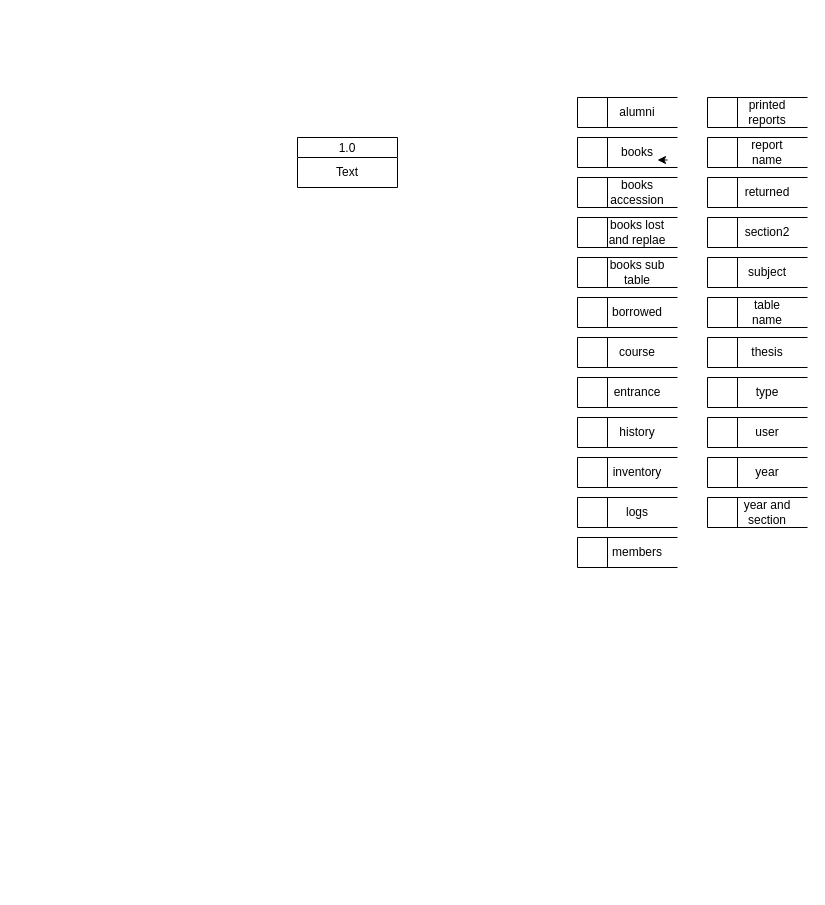
Above: dfdnew.drawio in Jayrou12345/Flowchart (draw.io), before the change. Source tidied: cells renumbered, new cells numbered last; positions are measured from the earlier drawing's top-left corner, leaving out a move shared by most shapes. Both pictures are drawn from the tidied source at 100%, with x=0, y=0 at pixel (297, 97).
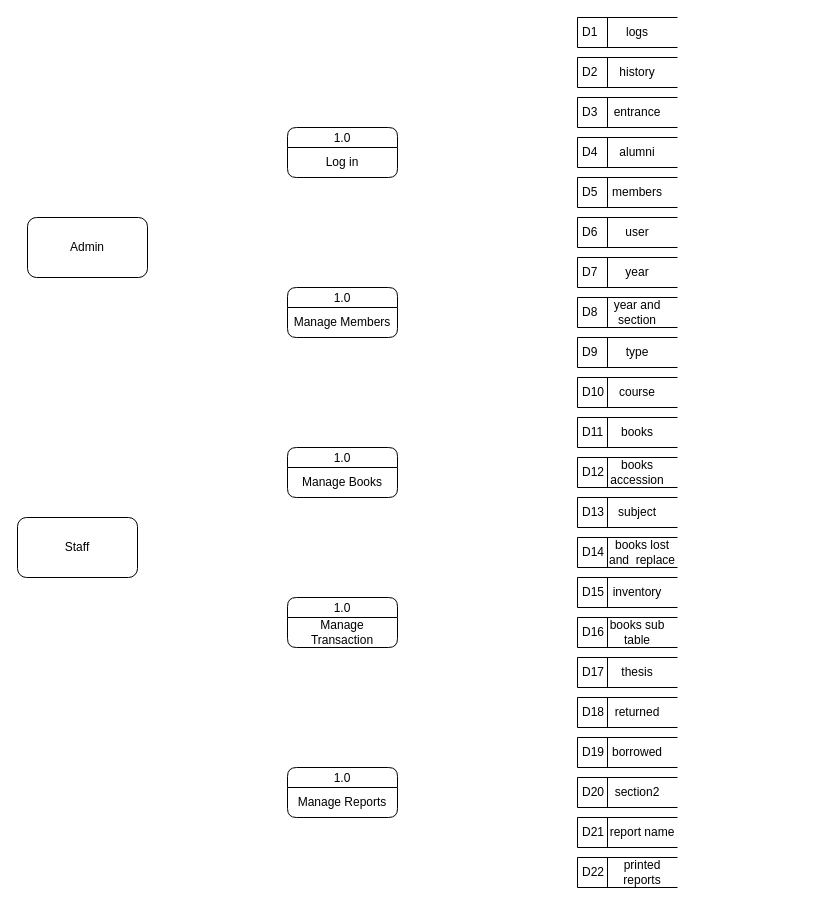
After the change.

What changed in the source:
```diff
@@
-    <mxCell id="2" style="html=1;dashed=0;whiteSpace=wrap;shape=mxgraph.dfd.dataStoreID;align=left;spacingLeft=3;" parent="1" vertex="1">
-      <mxGeometry x="280" width="100" height="30" as="geometry" />
+    <mxCell id="2" value="D4" style="html=1;dashed=0;whiteSpace=wrap;shape=mxgraph.dfd.dataStoreID;align=left;spacingLeft=3;" parent="1" vertex="1">
+      <mxGeometry x="280" y="40" width="100" height="30" as="geometry" />
     </mxCell>
     <mxCell id="3" value="alumni" style="text;html=1;strokeColor=none;fillColor=none;align=center;verticalAlign=middle;whiteSpace=wrap;rounded=0;" parent="1" vertex="1">
-      <mxGeometry x="310" width="60" height="30" as="geometry" />
+      <mxGeometry x="310" y="40" width="60" height="30" as="geometry" />
     </mxCell>
-    <mxCell id="4" style="html=1;dashed=0;whiteSpace=wrap;shape=mxgraph.dfd.dataStoreID;align=left;spacingLeft=3;" parent="1" vertex="1">
-      <mxGeometry x="280" y="40" width="100" height="30" as="geometry" />
+    <mxCell id="4" value="D11" style="html=1;dashed=0;whiteSpace=wrap;shape=mxgraph.dfd.dataStoreID;align=left;spacingLeft=3;" parent="1" vertex="1">
+      <mxGeometry x="280" y="320" width="100" height="30" as="geometry" />
     </mxCell>
     <mxCell id="5" value="books" style="text;html=1;strokeColor=none;fillColor=none;align=center;verticalAlign=middle;whiteSpace=wrap;rounded=0;" parent="1" vertex="1">
-      <mxGeometry x="310" y="40" width="60" height="30" as="geometry" />
+      <mxGeometry x="310" y="320" width="60" height="30" as="geometry" />
     </mxCell>
-    <mxCell id="6" style="html=1;dashed=0;whiteSpace=wrap;shape=mxgraph.dfd.dataStoreID;align=left;spacingLeft=3;" parent="1" vertex="1">
-      <mxGeometry x="280" y="80" width="100" height="30" as="geometry" />
+    <mxCell id="6" value="D12" style="html=1;dashed=0;whiteSpace=wrap;shape=mxgraph.dfd.dataStoreID;align=left;spacingLeft=3;" parent="1" vertex="1">
+      <mxGeometry x="280" y="360" width="100" height="30" as="geometry" />
     </mxCell>
     <mxCell id="7" value="books accession" style="text;html=1;strokeColor=none;fillColor=none;align=center;verticalAlign=middle;whiteSpace=wrap;rounded=0;" parent="1" vertex="1">
-      <mxGeometry x="310" y="80" width="60" height="30" as="geometry" />
+      <mxGeometry x="310" y="360" width="60" height="30" as="geometry" />
     </mxCell>
-    <mxCell id="8" style="html=1;dashed=0;whiteSpace=wrap;shape=mxgraph.dfd.dataStoreID;align=left;spacingLeft=3;" parent="1" vertex="1">
-      <mxGeometry x="280" y="120" width="100" height="30" as="geometry" />
+    <mxCell id="8" value="D14" style="html=1;dashed=0;whiteSpace=wrap;shape=mxgraph.dfd.dataStoreID;align=left;spacingLeft=3;" parent="1" vertex="1">
+      <mxGeometry x="280" y="440" width="100" height="30" as="geometry" />
     </mxCell>
-    <mxCell id="9" style="html=1;dashed=0;whiteSpace=wrap;shape=mxgraph.dfd.dataStoreID;align=left;spacingLeft=3;" parent="1" vertex="1">
-      <mxGeometry x="280" y="160" width="100" height="30" as="geometry" />
+    <mxCell id="9" value="D16" style="html=1;dashed=0;whiteSpace=wrap;shape=mxgraph.dfd.dataStoreID;align=left;spacingLeft=3;" parent="1" vertex="1">
+      <mxGeometry x="280" y="520" width="100" height="30" as="geometry" />
     </mxCell>
     <mxCell id="10" value="books sub table" style="text;html=1;strokeColor=none;fillColor=none;align=center;verticalAlign=middle;whiteSpace=wrap;rounded=0;" parent="1" vertex="1">
-      <mxGeometry x="310" y="160" width="60" height="30" as="geometry" />
+      <mxGeometry x="310" y="520" width="60" height="30" as="geometry" />
     </mxCell>
-    <mxCell id="11" style="html=1;dashed=0;whiteSpace=wrap;shape=mxgraph.dfd.dataStoreID;align=left;spacingLeft=3;" parent="1" vertex="1">
-      <mxGeometry x="280" y="200" width="100" height="30" as="geometry" />
+    <mxCell id="11" value="D19" style="html=1;dashed=0;whiteSpace=wrap;shape=mxgraph.dfd.dataStoreID;align=left;spacingLeft=3;" parent="1" vertex="1">
+      <mxGeometry x="280" y="640" width="100" height="30" as="geometry" />
     </mxCell>
     <mxCell id="12" value="borrowed" style="text;html=1;strokeColor=none;fillColor=none;align=center;verticalAlign=middle;whiteSpace=wrap;rounded=0;" parent="1" vertex="1">
-      <mxGeometry x="310" y="200" width="60" height="30" as="geometry" />
+      <mxGeometry x="310" y="640" width="60" height="30" as="geometry" />
     </mxCell>
-    <mxCell id="13" style="html=1;dashed=0;whiteSpace=wrap;shape=mxgraph.dfd.dataStoreID;align=left;spacingLeft=3;" parent="1" vertex="1">
-      <mxGeometry x="280" y="240" width="100" height="30" as="geometry" />
+    <mxCell id="13" value="D10" style="html=1;dashed=0;whiteSpace=wrap;shape=mxgraph.dfd.dataStoreID;align=left;spacingLeft=3;" parent="1" vertex="1">
+      <mxGeometry x="280" y="280" width="100" height="30" as="geometry" />
     </mxCell>
     <mxCell id="14" value="course" style="text;html=1;strokeColor=none;fillColor=none;align=center;verticalAlign=middle;whiteSpace=wrap;rounded=0;" parent="1" vertex="1">
-      <mxGeometry x="310" y="240" width="60" height="30" as="geometry" />
+      <mxGeometry x="310" y="280" width="60" height="30" as="geometry" />
     </mxCell>
-    <mxCell id="15" style="html=1;dashed=0;whiteSpace=wrap;shape=mxgraph.dfd.dataStoreID;align=left;spacingLeft=3;" parent="1" vertex="1">
-      <mxGeometry x="280" y="280" width="100" height="30" as="geometry" />
+    <mxCell id="15" value="D3" style="html=1;dashed=0;whiteSpace=wrap;shape=mxgraph.dfd.dataStoreID;align=left;spacingLeft=3;" parent="1" vertex="1">
+      <mxGeometry x="280" width="100" height="30" as="geometry" />
     </mxCell>
     <mxCell id="16" value="entrance" style="text;html=1;strokeColor=none;fillColor=none;align=center;verticalAlign=middle;whiteSpace=wrap;rounded=0;" parent="1" vertex="1">
-      <mxGeometry x="310" y="280" width="60" height="30" as="geometry" />
+      <mxGeometry x="310" width="60" height="30" as="geometry" />
     </mxCell>
-    <mxCell id="17" style="html=1;dashed=0;whiteSpace=wrap;shape=mxgraph.dfd.dataStoreID;align=left;spacingLeft=3;" parent="1" vertex="1">
-      <mxGeometry x="280" y="320" width="100" height="30" as="geometry" />
+    <mxCell id="17" value="D2" style="html=1;dashed=0;whiteSpace=wrap;shape=mxgraph.dfd.dataStoreID;align=left;spacingLeft=3;" parent="1" vertex="1">
+      <mxGeometry x="280" y="-40" width="100" height="30" as="geometry" />
     </mxCell>
     <mxCell id="18" value="history" style="text;html=1;strokeColor=none;fillColor=none;align=center;verticalAlign=middle;whiteSpace=wrap;rounded=0;" parent="1" vertex="1">
-      <mxGeometry x="310" y="320" width="60" height="30" as="geometry" />
+      <mxGeometry x="310" y="-40" width="60" height="30" as="geometry" />
     </mxCell>
-    <mxCell id="19" style="html=1;dashed=0;whiteSpace=wrap;shape=mxgraph.dfd.dataStoreID;align=left;spacingLeft=3;" parent="1" vertex="1">
-      <mxGeometry x="280" y="360" width="100" height="30" as="geometry" />
+    <mxCell id="19" value="D15" style="html=1;dashed=0;whiteSpace=wrap;shape=mxgraph.dfd.dataStoreID;align=left;spacingLeft=3;" parent="1" vertex="1">
+      <mxGeometry x="280" y="480" width="100" height="30" as="geometry" />
     </mxCell>
     <mxCell id="20" value="inventory" style="text;html=1;strokeColor=none;fillColor=none;align=center;verticalAlign=middle;whiteSpace=wrap;rounded=0;" parent="1" vertex="1">
-      <mxGeometry x="310" y="360" width="60" height="30" as="geometry" />
+      <mxGeometry x="310" y="480" width="60" height="30" as="geometry" />
     </mxCell>
-    <mxCell id="21" style="html=1;dashed=0;whiteSpace=wrap;shape=mxgraph.dfd.dataStoreID;align=left;spacingLeft=3;" parent="1" vertex="1">
-      <mxGeometry x="280" y="400" width="100" height="30" as="geometry" />
+    <mxCell id="21" value="D1" style="html=1;dashed=0;whiteSpace=wrap;shape=mxgraph.dfd.dataStoreID;align=left;spacingLeft=3;" parent="1" vertex="1">
+      <mxGeometry x="280" y="-80" width="100" height="30" as="geometry" />
     </mxCell>
     <mxCell id="22" value="logs" style="text;html=1;strokeColor=none;fillColor=none;align=center;verticalAlign=middle;whiteSpace=wrap;rounded=0;" parent="1" vertex="1">
-      <mxGeometry x="310" y="400" width="60" height="30" as="geometry" />
+      <mxGeometry x="310" y="-80" width="60" height="30" as="geometry" />
     </mxCell>
-    <mxCell id="23" style="html=1;dashed=0;whiteSpace=wrap;shape=mxgraph.dfd.dataStoreID;align=left;spacingLeft=3;" parent="1" vertex="1">
-      <mxGeometry x="280" y="440" width="100" height="30" as="geometry" />
+    <mxCell id="23" value="D5" style="html=1;dashed=0;whiteSpace=wrap;shape=mxgraph.dfd.dataStoreID;align=left;spacingLeft=3;" parent="1" vertex="1">
+      <mxGeometry x="280" y="80" width="100" height="30" as="geometry" />
     </mxCell>
     <mxCell id="24" value="members" style="text;html=1;strokeColor=none;fillColor=none;align=center;verticalAlign=middle;whiteSpace=wrap;rounded=0;" parent="1" vertex="1">
-      <mxGeometry x="310" y="440" width="60" height="30" as="geometry" />
+      <mxGeometry x="310" y="80" width="60" height="30" as="geometry" />
     </mxCell>
-    <mxCell id="25" style="html=1;dashed=0;whiteSpace=wrap;shape=mxgraph.dfd.dataStoreID;align=left;spacingLeft=3;" parent="1" vertex="1">
-      <mxGeometry x="410" width="100" height="30" as="geometry" />
+    <mxCell id="25" value="D22" style="html=1;dashed=0;whiteSpace=wrap;shape=mxgraph.dfd.dataStoreID;align=left;spacingLeft=3;" parent="1" vertex="1">
+      <mxGeometry x="280" y="760" width="100" height="30" as="geometry" />
     </mxCell>
     <mxCell id="26" value="printed reports" style="text;html=1;strokeColor=none;fillColor=none;align=center;verticalAlign=middle;whiteSpace=wrap;rounded=0;" parent="1" vertex="1">
-      <mxGeometry x="440" width="60" height="30" as="geometry" />
+      <mxGeometry x="310" y="760" width="70" height="30" as="geometry" />
     </mxCell>
-    <mxCell id="27" style="html=1;dashed=0;whiteSpace=wrap;shape=mxgraph.dfd.dataStoreID;align=left;spacingLeft=3;" parent="1" vertex="1">
-      <mxGeometry x="410" y="40" width="100" height="30" as="geometry" />
+    <mxCell id="27" value="D21" style="html=1;dashed=0;whiteSpace=wrap;shape=mxgraph.dfd.dataStoreID;align=left;spacingLeft=3;" parent="1" vertex="1">
+      <mxGeometry x="280" y="720" width="100" height="30" as="geometry" />
     </mxCell>
     <mxCell id="28" value="report name" style="text;html=1;strokeColor=none;fillColor=none;align=center;verticalAlign=middle;whiteSpace=wrap;rounded=0;" parent="1" vertex="1">
-      <mxGeometry x="440" y="40" width="60" height="30" as="geometry" />
+      <mxGeometry x="310" y="720" width="70" height="30" as="geometry" />
     </mxCell>
-    <mxCell id="29" style="html=1;dashed=0;whiteSpace=wrap;shape=mxgraph.dfd.dataStoreID;align=left;spacingLeft=3;" parent="1" vertex="1">
-      <mxGeometry x="410" y="80" width="100" height="30" as="geometry" />
+    <mxCell id="29" value="D18" style="html=1;dashed=0;whiteSpace=wrap;shape=mxgraph.dfd.dataStoreID;align=left;spacingLeft=3;" parent="1" vertex="1">
+      <mxGeometry x="280" y="600" width="100" height="30" as="geometry" />
     </mxCell>
     <mxCell id="30" value="returned" style="text;html=1;strokeColor=none;fillColor=none;align=center;verticalAlign=middle;whiteSpace=wrap;rounded=0;" parent="1" vertex="1">
-      <mxGeometry x="440" y="80" width="60" height="30" as="geometry" />
+      <mxGeometry x="310" y="600" width="60" height="30" as="geometry" />
     </mxCell>
-    <mxCell id="31" style="html=1;dashed=0;whiteSpace=wrap;shape=mxgraph.dfd.dataStoreID;align=left;spacingLeft=3;" parent="1" vertex="1">
-      <mxGeometry x="410" y="120" width="100" height="30" as="geometry" />
+    <mxCell id="31" value="D20" style="html=1;dashed=0;whiteSpace=wrap;shape=mxgraph.dfd.dataStoreID;align=left;spacingLeft=3;" parent="1" vertex="1">
+      <mxGeometry x="280" y="680" width="100" height="30" as="geometry" />
     </mxCell>
     <mxCell id="32" value="section2" style="text;html=1;strokeColor=none;fillColor=none;align=center;verticalAlign=middle;whiteSpace=wrap;rounded=0;" parent="1" vertex="1">
-      <mxGeometry x="440" y="120" width="60" height="30" as="geometry" />
+      <mxGeometry x="310" y="680" width="60" height="30" as="geometry" />
     </mxCell>
-    <mxCell id="33" style="html=1;dashed=0;whiteSpace=wrap;shape=mxgraph.dfd.dataStoreID;align=left;spacingLeft=3;" parent="1" vertex="1">
-      <mxGeometry x="410" y="160" width="100" height="30" as="geometry" />
+    <mxCell id="33" value="D13" style="html=1;dashed=0;whiteSpace=wrap;shape=mxgraph.dfd.dataStoreID;align=left;spacingLeft=3;" parent="1" vertex="1">
+      <mxGeometry x="280" y="400" width="100" height="30" as="geometry" />
     </mxCell>
     <mxCell id="34" value="subject" style="text;html=1;strokeColor=none;fillColor=none;align=center;verticalAlign=middle;whiteSpace=wrap;rounded=0;" parent="1" vertex="1">
-      <mxGeometry x="440" y="160" width="60" height="30" as="geometry" />
+      <mxGeometry x="310" y="400" width="60" height="30" as="geometry" />
     </mxCell>
-    <mxCell id="35" style="html=1;dashed=0;whiteSpace=wrap;shape=mxgraph.dfd.dataStoreID;align=left;spacingLeft=3;" parent="1" vertex="1">
-      <mxGeometry x="410" y="200" width="100" height="30" as="geometry" />
-    </mxCell>
-    <mxCell id="36" value="table name" style="text;html=1;strokeColor=none;fillColor=none;align=center;verticalAlign=middle;whiteSpace=wrap;rounded=0;" parent="1" vertex="1">
-      <mxGeometry x="440" y="200" width="60" height="30" as="geometry" />
-    </mxCell>
-    <mxCell id="37" style="html=1;dashed=0;whiteSpace=wrap;shape=mxgraph.dfd.dataStoreID;align=left;spacingLeft=3;" parent="1" vertex="1">
-      <mxGeometry x="410" y="240" width="100" height="30" as="geometry" />
+    <mxCell id="37" value="D17" style="html=1;dashed=0;whiteSpace=wrap;shape=mxgraph.dfd.dataStoreID;align=left;spacingLeft=3;" parent="1" vertex="1">
+      <mxGeometry x="280" y="560" width="100" height="30" as="geometry" />
     </mxCell>
     <mxCell id="38" value="thesis" style="text;html=1;strokeColor=none;fillColor=none;align=center;verticalAlign=middle;whiteSpace=wrap;rounded=0;" parent="1" vertex="1">
-      <mxGeometry x="440" y="240" width="60" height="30" as="geometry" />
+      <mxGeometry x="310" y="560" width="60" height="30" as="geometry" />
     </mxCell>
-    <mxCell id="39" style="html=1;dashed=0;whiteSpace=wrap;shape=mxgraph.dfd.dataStoreID;align=left;spacingLeft=3;" parent="1" vertex="1">
-      <mxGeometry x="410" y="280" width="100" height="30" as="geometry" />
+    <mxCell id="39" value="D9" style="html=1;dashed=0;whiteSpace=wrap;shape=mxgraph.dfd.dataStoreID;align=left;spacingLeft=3;" parent="1" vertex="1">
+      <mxGeometry x="280" y="240" width="100" height="30" as="geometry" />
     </mxCell>
     <mxCell id="40" value="type" style="text;html=1;strokeColor=none;fillColor=none;align=center;verticalAlign=middle;whiteSpace=wrap;rounded=0;" parent="1" vertex="1">
-      <mxGeometry x="440" y="280" width="60" height="30" as="geometry" />
+      <mxGeometry x="310" y="240" width="60" height="30" as="geometry" />
     </mxCell>
-    <mxCell id="41" style="html=1;dashed=0;whiteSpace=wrap;shape=mxgraph.dfd.dataStoreID;align=left;spacingLeft=3;" parent="1" vertex="1">
-      <mxGeometry x="410" y="320" width="100" height="30" as="geometry" />
+    <mxCell id="41" value="D6" style="html=1;dashed=0;whiteSpace=wrap;shape=mxgraph.dfd.dataStoreID;align=left;spacingLeft=3;" parent="1" vertex="1">
+      <mxGeometry x="280" y="120" width="100" height="30" as="geometry" />
     </mxCell>
     <mxCell id="42" value="user" style="text;html=1;strokeColor=none;fillColor=none;align=center;verticalAlign=middle;whiteSpace=wrap;rounded=0;" parent="1" vertex="1">
-      <mxGeometry x="440" y="320" width="60" height="30" as="geometry" />
+      <mxGeometry x="310" y="120" width="60" height="30" as="geometry" />
     </mxCell>
-    <mxCell id="43" style="html=1;dashed=0;whiteSpace=wrap;shape=mxgraph.dfd.dataStoreID;align=left;spacingLeft=3;" parent="1" vertex="1">
-      <mxGeometry x="410" y="360" width="100" height="30" as="geometry" />
+    <mxCell id="43" value="D7" style="html=1;dashed=0;whiteSpace=wrap;shape=mxgraph.dfd.dataStoreID;align=left;spacingLeft=3;" parent="1" vertex="1">
+      <mxGeometry x="280" y="160" width="100" height="30" as="geometry" />
     </mxCell>
     <mxCell id="44" value="year" style="text;html=1;strokeColor=none;fillColor=none;align=center;verticalAlign=middle;whiteSpace=wrap;rounded=0;" parent="1" vertex="1">
-      <mxGeometry x="440" y="360" width="60" height="30" as="geometry" />
+      <mxGeometry x="310" y="160" width="60" height="30" as="geometry" />
     </mxCell>
-    <mxCell id="45" style="html=1;dashed=0;whiteSpace=wrap;shape=mxgraph.dfd.dataStoreID;align=left;spacingLeft=3;" parent="1" vertex="1">
-      <mxGeometry x="410" y="400" width="100" height="30" as="geometry" />
+    <mxCell id="45" value="D8" style="html=1;dashed=0;whiteSpace=wrap;shape=mxgraph.dfd.dataStoreID;align=left;spacingLeft=3;" parent="1" vertex="1">
+      <mxGeometry x="280" y="200" width="100" height="30" as="geometry" />
     </mxCell>
     <mxCell id="46" value="year and section" style="text;html=1;strokeColor=none;fillColor=none;align=center;verticalAlign=middle;whiteSpace=wrap;rounded=0;" parent="1" vertex="1">
-      <mxGeometry x="440" y="400" width="60" height="30" as="geometry" />
+      <mxGeometry x="310" y="200" width="60" height="30" as="geometry" />
     </mxCell>
-    <mxCell id="47" style="edgeStyle=orthogonalEdgeStyle;rounded=0;orthogonalLoop=1;jettySize=auto;html=1;exitX=1;exitY=0.75;exitDx=0;exitDy=0;entryX=0.833;entryY=0.767;entryDx=0;entryDy=0;entryPerimeter=0;" parent="1" edge="1" source="5" target="5">
-      <mxGeometry relative="1" as="geometry" />
-    </mxCell>
-    <mxCell id="48" value="books lost and replae" style="text;html=1;strokeColor=none;fillColor=none;align=center;verticalAlign=middle;whiteSpace=wrap;rounded=0;" parent="1" vertex="1">
-      <mxGeometry x="310" y="120" width="60" height="30" as="geometry" />
+    <mxCell id="48" value="books lost and&amp;nbsp; replace" style="text;html=1;strokeColor=none;fillColor=none;align=center;verticalAlign=middle;whiteSpace=wrap;rounded=0;" parent="1" vertex="1">
+      <mxGeometry x="310" y="440" width="70" height="30" as="geometry" />
     </mxCell>
-    <mxCell id="49" value="1.0" style="swimlane;fontStyle=0;horizontal=1;startSize=20;fillColor=#ffffff;swimlaneFillColor=#ffffff;" parent="1" vertex="1">
-      <mxGeometry y="40" width="100" height="50" as="geometry" />
+    <mxCell id="49" value="1.0" style="swimlane;fontStyle=0;horizontal=1;startSize=20;fillColor=#ffffff;swimlaneFillColor=#ffffff;rounded=1;" parent="1" vertex="1">
+      <mxGeometry x="-10" y="190" width="110" height="50" as="geometry" />
     </mxCell>
-    <mxCell id="50" value="Text" style="text;html=1;strokeColor=none;fillColor=none;align=center;verticalAlign=middle;whiteSpace=wrap;rounded=0;" parent="49" vertex="1">
-      <mxGeometry y="20" width="100" height="30" as="geometry" />
+    <mxCell id="50" value="Manage Members" style="text;html=1;strokeColor=none;fillColor=none;align=center;verticalAlign=middle;whiteSpace=wrap;rounded=1;" parent="49" vertex="1">
+      <mxGeometry y="20" width="110" height="30" as="geometry" />
     </mxCell>
+    <mxCell id="51" value="1.0" style="swimlane;fontStyle=0;horizontal=1;startSize=20;fillColor=#ffffff;swimlaneFillColor=#ffffff;rounded=1;" parent="1" vertex="1">
+      <mxGeometry x="-10" y="350" width="110" height="50" as="geometry" />
+    </mxCell>
+    <mxCell id="52" value="Manage Books" style="text;html=1;strokeColor=none;fillColor=none;align=center;verticalAlign=middle;whiteSpace=wrap;rounded=1;" parent="51" vertex="1">
+      <mxGeometry y="20" width="110" height="30" as="geometry" />
+    </mxCell>
+    <mxCell id="53" value="1.0" style="swimlane;fontStyle=0;horizontal=1;startSize=20;fillColor=#ffffff;swimlaneFillColor=#ffffff;rounded=1;" parent="1" vertex="1">
+      <mxGeometry x="-10" y="500" width="110" height="50" as="geometry" />
+    </mxCell>
+    <mxCell id="54" value="Manage Transaction" style="text;html=1;strokeColor=none;fillColor=none;align=center;verticalAlign=middle;whiteSpace=wrap;rounded=1;" parent="53" vertex="1">
+      <mxGeometry y="20" width="110" height="30" as="geometry" />
+    </mxCell>
+    <mxCell id="55" value="1.0" style="swimlane;fontStyle=0;horizontal=1;startSize=20;fillColor=#ffffff;swimlaneFillColor=#ffffff;rounded=1;" parent="1" vertex="1">
+      <mxGeometry x="-10" y="670" width="110" height="50" as="geometry" />
+    </mxCell>
+    <mxCell id="56" value="Manage Reports" style="text;html=1;strokeColor=none;fillColor=none;align=center;verticalAlign=middle;whiteSpace=wrap;rounded=1;" parent="55" vertex="1">
+      <mxGeometry y="20" width="110" height="30" as="geometry" />
+    </mxCell>
+    <mxCell id="57" value="1.0" style="swimlane;fontStyle=0;horizontal=1;startSize=20;fillColor=#ffffff;swimlaneFillColor=#ffffff;rounded=1;" parent="1" vertex="1">
+      <mxGeometry x="-10" y="30" width="110" height="50" as="geometry" />
+    </mxCell>
+    <mxCell id="58" value="Log in" style="text;html=1;strokeColor=none;fillColor=none;align=center;verticalAlign=middle;whiteSpace=wrap;rounded=1;" parent="57" vertex="1">
+      <mxGeometry y="20" width="110" height="30" as="geometry" />
+    </mxCell>
+    <mxCell id="59" value="Admin" style="rounded=1;whiteSpace=wrap;html=1;" parent="1" vertex="1">
+      <mxGeometry x="-270" y="120" width="120" height="60" as="geometry" />
+    </mxCell>
+    <mxCell id="60" value="Staff" style="rounded=1;whiteSpace=wrap;html=1;" parent="1" vertex="1">
+      <mxGeometry x="-280" y="420" width="120" height="60" as="geometry" />
+    </mxCell>
```
